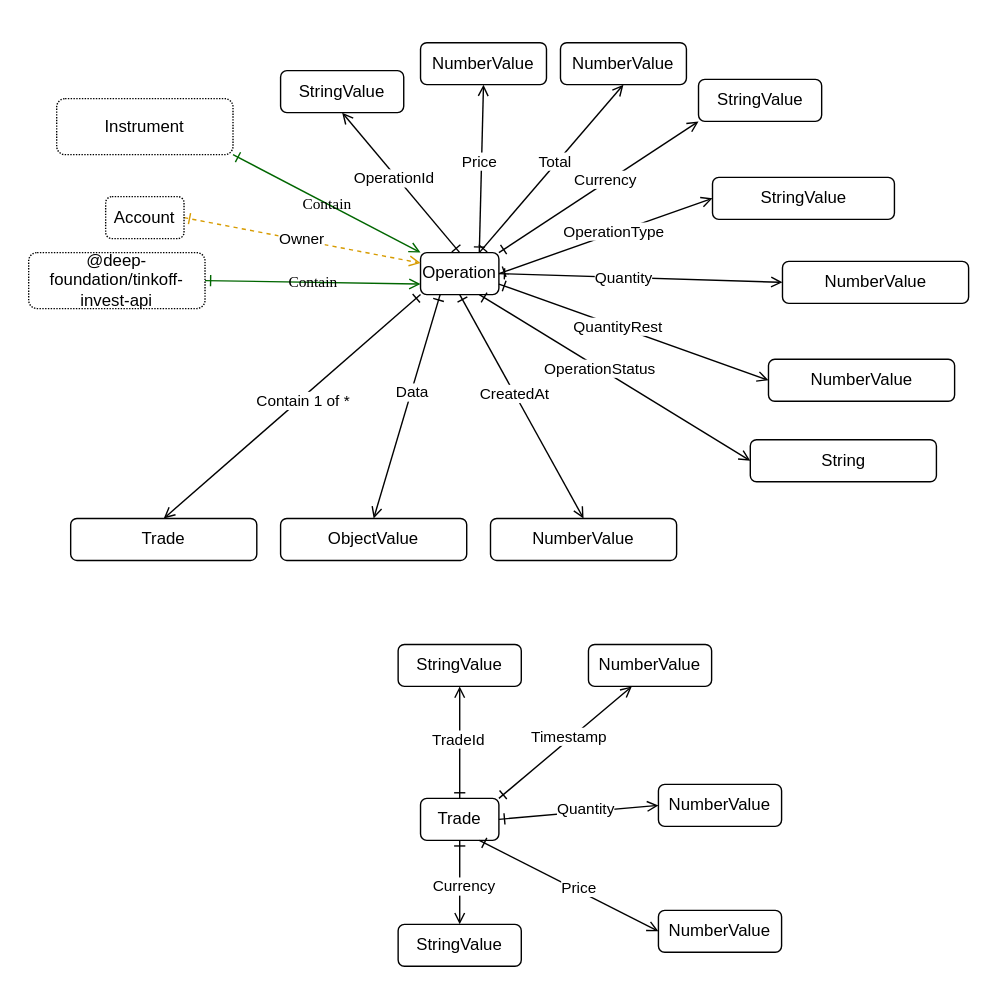
The draw.io diagram src/trade/Trade.drawio.svg in suenot/deep-tinkoff-invest-api, before a commit. Source tidied: cells renumbered, new cells last; positions are measured from the earlier drawing's top-left corner, leaving out a move shared by most shapes.
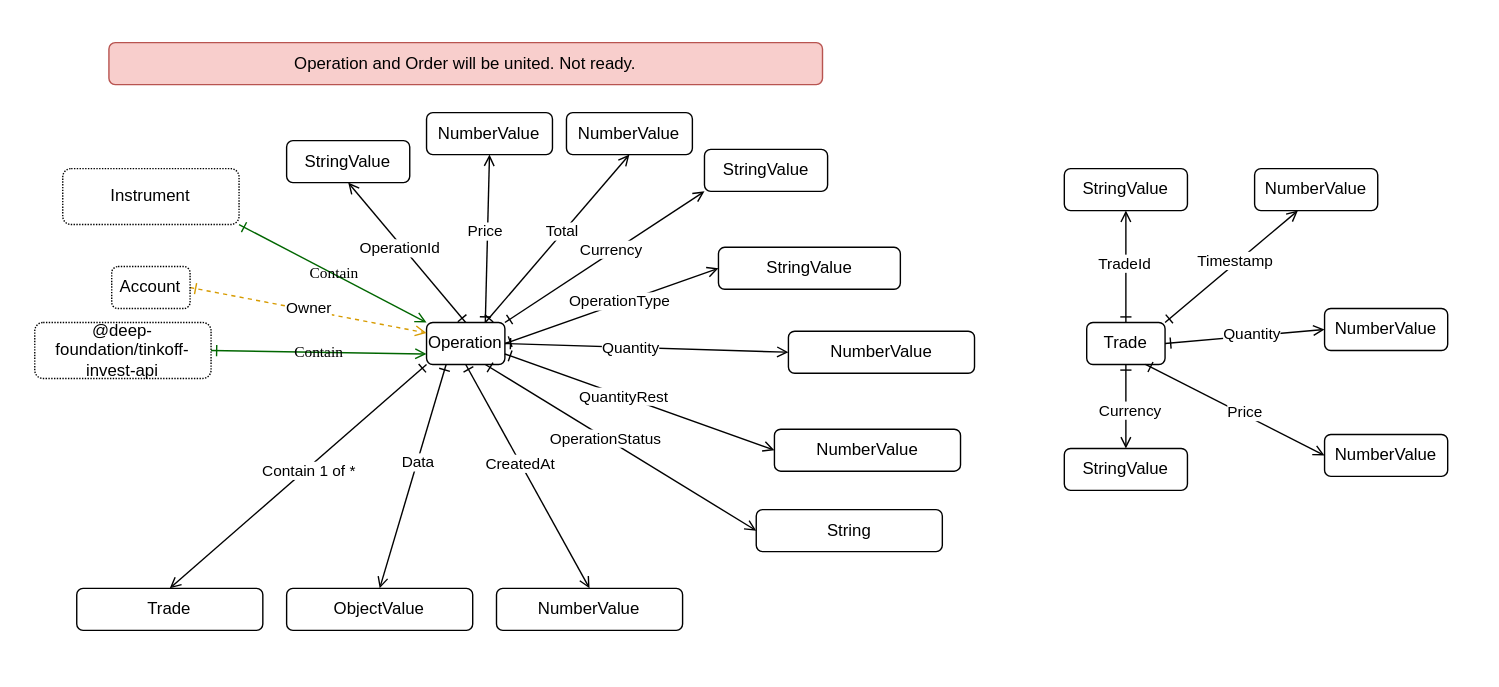
The same diagram one commit later.

Diff of the diagram source:
```diff
@@ -4,9 +4,12 @@
     <mxCell id="1" parent="0" />
-    <mxCell id="2" style="rounded=0;whiteSpace=wrap;html=1;strokeColor=none;" parent="1" vertex="1">
-      <mxGeometry width="710" height="710" as="geometry" />
-    </mxCell>
-    <mxCell id="3" style="edgeStyle=none;html=1;exitX=1;exitY=0.5;exitDx=0;exitDy=0;entryX=0;entryY=0.5;entryDx=0;entryDy=0;startArrow=ERone;startFill=0;endArrow=open;endFill=0;" parent="1" edge="1" source="5" target="6">
-      <mxGeometry relative="1" as="geometry" />
-    </mxCell>
+    <mxCell id="60" style="rounded=0;whiteSpace=wrap;html=1;strokeColor=none;" parent="1" vertex="1">
+      <mxGeometry x="-4.2" y="-50" width="1070" height="490" as="geometry" />
+    </mxCell>
+    <mxCell id="59" value="Operation and Order will be united. Not ready." style="rounded=1;whiteSpace=wrap;html=1;labelBackgroundColor=none;fillColor=#f8cecc;strokeColor=#b85450;" parent="1" vertex="1">
+      <mxGeometry x="73" y="-20" width="510" height="30" as="geometry" />
+    </mxCell>
+    <mxCell id="61" style="edgeStyle=none;html=1;exitX=1;exitY=0.5;exitDx=0;exitDy=0;entryX=0;entryY=0.5;entryDx=0;entryDy=0;startArrow=ERone;startFill=0;endArrow=open;endFill=0;" parent="1" edge="1" source="5" target="62">
+      <mxGeometry relative="1" as="geometry" />
+    </mxCell>
-    <mxCell id="4" value="OperationType" style="edgeLabel;html=1;align=center;verticalAlign=middle;" parent="3" vertex="1">
+    <mxCell id="4" value="OperationType" style="edgeLabel;html=1;align=center;verticalAlign=middle;" parent="61" vertex="1">
       <mxGeometry x="0.08" y="2" relative="1" as="geometry" />
@@ -16,26 +19,26 @@
     </mxCell>
-    <mxCell id="6" value="StringValue" style="rounded=1;whiteSpace=wrap;html=1;labelBackgroundColor=none;" parent="1" vertex="1">
-      <mxGeometry x="508.6" y="126.2" width="130" height="30" as="geometry" />
-    </mxCell>
-    <mxCell id="7" style="edgeStyle=none;html=1;exitX=1;exitY=0.5;exitDx=0;exitDy=0;startArrow=ERone;startFill=0;entryX=0;entryY=0.5;entryDx=0;entryDy=0;endArrow=open;endFill=0;" parent="1" edge="1" source="5" target="9">
-      <mxGeometry relative="1" as="geometry" />
-    </mxCell>
-    <mxCell id="8" value="Quantity" style="edgeLabel;html=1;align=center;verticalAlign=middle;" parent="7" vertex="1">
-      <mxGeometry x="-0.12" relative="1" as="geometry" />
-    </mxCell>
-    <mxCell id="9" value="NumberValue" style="rounded=1;whiteSpace=wrap;html=1;labelBackgroundColor=none;" parent="1" vertex="1">
-      <mxGeometry x="558.6" y="186.2" width="133" height="30" as="geometry" />
-    </mxCell>
-    <mxCell id="10" value="NumberValue" style="rounded=1;whiteSpace=wrap;html=1;labelBackgroundColor=none;" parent="1" vertex="1">
-      <mxGeometry x="548.6" y="256.2" width="133" height="30" as="geometry" />
-    </mxCell>
-    <mxCell id="11" style="edgeStyle=none;html=1;exitX=0.75;exitY=0;exitDx=0;exitDy=0;startArrow=ERone;startFill=0;endArrow=open;endFill=0;entryX=0.5;entryY=1;entryDx=0;entryDy=0;" parent="1" edge="1" source="5" target="13">
-      <mxGeometry relative="1" as="geometry" />
-    </mxCell>
-    <mxCell id="12" value="Price" style="edgeLabel;html=1;align=center;verticalAlign=middle;" parent="11" vertex="1">
-      <mxGeometry x="0.08" y="2" relative="1" as="geometry" />
-    </mxCell>
-    <mxCell id="13" value="NumberValue" style="rounded=1;whiteSpace=wrap;html=1;labelBackgroundColor=none;" parent="1" vertex="1">
-      <mxGeometry x="300" y="30" width="90" height="30" as="geometry" />
-    </mxCell>
+    <mxCell id="62" value="StringValue" style="rounded=1;whiteSpace=wrap;html=1;labelBackgroundColor=none;" parent="1" vertex="1">
+      <mxGeometry x="508.6" y="126.2" width="130" height="30" as="geometry" />
+    </mxCell>
+    <mxCell id="63" style="edgeStyle=none;html=1;exitX=1;exitY=0.5;exitDx=0;exitDy=0;startArrow=ERone;startFill=0;entryX=0;entryY=0.5;entryDx=0;entryDy=0;endArrow=open;endFill=0;" parent="1" edge="1" source="5" target="65">
+      <mxGeometry relative="1" as="geometry" />
+    </mxCell>
+    <mxCell id="64" value="Quantity" style="edgeLabel;html=1;align=center;verticalAlign=middle;" parent="63" vertex="1">
+      <mxGeometry x="-0.12" relative="1" as="geometry" />
+    </mxCell>
+    <mxCell id="65" value="NumberValue" style="rounded=1;whiteSpace=wrap;html=1;labelBackgroundColor=none;" parent="1" vertex="1">
+      <mxGeometry x="558.6" y="186.2" width="133" height="30" as="geometry" />
+    </mxCell>
+    <mxCell id="66" value="NumberValue" style="rounded=1;whiteSpace=wrap;html=1;labelBackgroundColor=none;" parent="1" vertex="1">
+      <mxGeometry x="548.6" y="256.2" width="133" height="30" as="geometry" />
+    </mxCell>
+    <mxCell id="67" style="edgeStyle=none;html=1;exitX=0.75;exitY=0;exitDx=0;exitDy=0;startArrow=ERone;startFill=0;endArrow=open;endFill=0;entryX=0.5;entryY=1;entryDx=0;entryDy=0;" parent="1" edge="1" source="5" target="69">
+      <mxGeometry relative="1" as="geometry" />
+    </mxCell>
+    <mxCell id="68" value="Price" style="edgeLabel;html=1;align=center;verticalAlign=middle;" parent="67" vertex="1">
+      <mxGeometry x="0.08" y="2" relative="1" as="geometry" />
+    </mxCell>
+    <mxCell id="69" value="NumberValue" style="rounded=1;whiteSpace=wrap;html=1;labelBackgroundColor=none;" parent="1" vertex="1">
+      <mxGeometry x="300" y="30" width="90" height="30" as="geometry" />
+    </mxCell>
     <mxCell id="14" style="edgeStyle=none;html=1;exitX=1;exitY=0.5;exitDx=0;exitDy=0;startArrow=ERone;startFill=0;entryX=0;entryY=0.25;entryDx=0;entryDy=0;endArrow=open;endFill=0;dashed=1;strokeColor=#D79B00;" parent="1" edge="1" source="16" target="5">
@@ -55,5 +58,5 @@
     </mxCell>
-    <mxCell id="19" value="NumberValue" style="rounded=1;whiteSpace=wrap;html=1;labelBackgroundColor=none;" parent="1" vertex="1">
-      <mxGeometry x="350" y="370" width="133" height="30" as="geometry" />
-    </mxCell>
+    <mxCell id="70" value="NumberValue" style="rounded=1;whiteSpace=wrap;html=1;labelBackgroundColor=none;" parent="1" vertex="1">
+      <mxGeometry x="350" y="370" width="133" height="30" as="geometry" />
+    </mxCell>
     <mxCell id="20" value="Instrument" style="rounded=1;whiteSpace=wrap;html=1;labelBackgroundColor=none;dashed=1;dashPattern=1 1;" parent="1" vertex="1">
@@ -64,81 +67,81 @@
     </mxCell>
-    <mxCell id="22" style="edgeStyle=none;html=1;exitX=0.5;exitY=0;exitDx=0;exitDy=0;entryX=0.5;entryY=1;entryDx=0;entryDy=0;startArrow=ERone;startFill=0;endArrow=open;endFill=0;" parent="1" edge="1" source="5" target="24">
-      <mxGeometry relative="1" as="geometry" />
-    </mxCell>
+    <mxCell id="71" style="edgeStyle=none;html=1;exitX=0.5;exitY=0;exitDx=0;exitDy=0;entryX=0.5;entryY=1;entryDx=0;entryDy=0;startArrow=ERone;startFill=0;endArrow=open;endFill=0;" parent="1" edge="1" source="5" target="72">
+      <mxGeometry relative="1" as="geometry" />
+    </mxCell>
-    <mxCell id="23" value="OperationId" style="edgeLabel;html=1;align=center;verticalAlign=middle;" parent="22" vertex="1">
+    <mxCell id="23" value="OperationId" style="edgeLabel;html=1;align=center;verticalAlign=middle;" parent="71" vertex="1">
       <mxGeometry x="0.08" y="2" relative="1" as="geometry" />
     </mxCell>
-    <mxCell id="24" value="StringValue" style="rounded=1;whiteSpace=wrap;html=1;labelBackgroundColor=none;" parent="1" vertex="1">
-      <mxGeometry x="200" y="50" width="88" height="30" as="geometry" />
-    </mxCell>
-    <mxCell id="25" value="Trade" style="rounded=1;whiteSpace=wrap;html=1;labelBackgroundColor=none;" parent="1" vertex="1">
-      <mxGeometry x="300" y="570" width="56" height="30" as="geometry" />
-    </mxCell>
-    <mxCell id="26" style="edgeStyle=none;html=1;exitX=0.5;exitY=0;exitDx=0;exitDy=0;entryX=0.5;entryY=1;entryDx=0;entryDy=0;startArrow=ERone;startFill=0;endArrow=open;endFill=0;" parent="1" edge="1" source="25" target="28">
-      <mxGeometry relative="1" as="geometry" />
-    </mxCell>
+    <mxCell id="72" value="StringValue" style="rounded=1;whiteSpace=wrap;html=1;labelBackgroundColor=none;" parent="1" vertex="1">
+      <mxGeometry x="200" y="50" width="88" height="30" as="geometry" />
+    </mxCell>
+    <mxCell id="73" value="Trade" style="rounded=1;whiteSpace=wrap;html=1;labelBackgroundColor=none;" parent="1" vertex="1">
+      <mxGeometry x="771.8" y="180" width="56" height="30" as="geometry" />
+    </mxCell>
+    <mxCell id="74" style="edgeStyle=none;html=1;exitX=0.5;exitY=0;exitDx=0;exitDy=0;entryX=0.5;entryY=1;entryDx=0;entryDy=0;startArrow=ERone;startFill=0;endArrow=open;endFill=0;" parent="1" edge="1" source="73" target="75">
+      <mxGeometry relative="1" as="geometry" />
+    </mxCell>
-    <mxCell id="27" value="TradeId" style="edgeLabel;html=1;align=center;verticalAlign=middle;" parent="26" vertex="1">
+    <mxCell id="27" value="TradeId" style="edgeLabel;html=1;align=center;verticalAlign=middle;" parent="74" vertex="1">
       <mxGeometry x="0.08" y="2" relative="1" as="geometry" />
     </mxCell>
-    <mxCell id="28" value="StringValue" style="rounded=1;whiteSpace=wrap;html=1;labelBackgroundColor=none;" parent="1" vertex="1">
-      <mxGeometry x="284" y="460" width="88" height="30" as="geometry" />
-    </mxCell>
-    <mxCell id="29" value="NumberValue" style="rounded=1;whiteSpace=wrap;html=1;labelBackgroundColor=none;" parent="1" vertex="1">
-      <mxGeometry x="420" y="460" width="88" height="30" as="geometry" />
-    </mxCell>
-    <mxCell id="30" style="edgeStyle=none;html=1;exitX=1;exitY=0;exitDx=0;exitDy=0;entryX=0.352;entryY=1;entryDx=0;entryDy=0;startArrow=ERone;startFill=0;endArrow=open;endFill=0;entryPerimeter=0;" parent="1" edge="1" source="25" target="29">
-      <mxGeometry relative="1" as="geometry" />
-    </mxCell>
+    <mxCell id="75" value="StringValue" style="rounded=1;whiteSpace=wrap;html=1;labelBackgroundColor=none;" parent="1" vertex="1">
+      <mxGeometry x="755.8" y="70" width="88" height="30" as="geometry" />
+    </mxCell>
+    <mxCell id="76" value="NumberValue" style="rounded=1;whiteSpace=wrap;html=1;labelBackgroundColor=none;" parent="1" vertex="1">
+      <mxGeometry x="891.8" y="70" width="88" height="30" as="geometry" />
+    </mxCell>
+    <mxCell id="77" style="edgeStyle=none;html=1;exitX=1;exitY=0;exitDx=0;exitDy=0;entryX=0.352;entryY=1;entryDx=0;entryDy=0;startArrow=ERone;startFill=0;endArrow=open;endFill=0;entryPerimeter=0;" parent="1" edge="1" source="73" target="76">
+      <mxGeometry relative="1" as="geometry" />
+    </mxCell>
-    <mxCell id="31" value="Timestamp" style="edgeLabel;html=1;align=center;verticalAlign=middle;" parent="30" vertex="1">
+    <mxCell id="31" value="Timestamp" style="edgeLabel;html=1;align=center;verticalAlign=middle;" parent="77" vertex="1">
       <mxGeometry x="0.08" y="2" relative="1" as="geometry" />
     </mxCell>
-    <mxCell id="32" value="NumberValue" style="rounded=1;whiteSpace=wrap;html=1;labelBackgroundColor=none;" parent="1" vertex="1">
-      <mxGeometry x="470" y="560" width="88" height="30" as="geometry" />
-    </mxCell>
-    <mxCell id="33" style="edgeStyle=none;html=1;exitX=1;exitY=0.5;exitDx=0;exitDy=0;entryX=0;entryY=0.5;entryDx=0;entryDy=0;startArrow=ERone;startFill=0;endArrow=open;endFill=0;" parent="1" edge="1" source="25" target="32">
-      <mxGeometry relative="1" as="geometry" />
-    </mxCell>
-    <mxCell id="34" value="Quantity" style="edgeLabel;html=1;align=center;verticalAlign=middle;" parent="33" vertex="1">
-      <mxGeometry x="0.08" y="2" relative="1" as="geometry" />
-    </mxCell>
-    <mxCell id="35" value="NumberValue" style="rounded=1;whiteSpace=wrap;html=1;labelBackgroundColor=none;" parent="1" vertex="1">
-      <mxGeometry x="470" y="650" width="88" height="30" as="geometry" />
-    </mxCell>
-    <mxCell id="36" style="edgeStyle=none;html=1;exitX=0.75;exitY=1;exitDx=0;exitDy=0;entryX=0;entryY=0.5;entryDx=0;entryDy=0;startArrow=ERone;startFill=0;endArrow=open;endFill=0;" parent="1" edge="1" source="25" target="35">
-      <mxGeometry relative="1" as="geometry" />
-    </mxCell>
-    <mxCell id="37" value="Price" style="edgeLabel;html=1;align=center;verticalAlign=middle;" parent="36" vertex="1">
-      <mxGeometry x="0.08" y="2" relative="1" as="geometry" />
-    </mxCell>
-    <mxCell id="38" value="StringValue" style="rounded=1;whiteSpace=wrap;html=1;labelBackgroundColor=none;" parent="1" vertex="1">
-      <mxGeometry x="284" y="660" width="88" height="30" as="geometry" />
-    </mxCell>
-    <mxCell id="39" style="edgeStyle=none;html=1;exitX=0.5;exitY=1;exitDx=0;exitDy=0;entryX=0.5;entryY=0;entryDx=0;entryDy=0;startArrow=ERone;startFill=0;endArrow=open;endFill=0;" parent="1" edge="1" source="25" target="38">
-      <mxGeometry relative="1" as="geometry" />
-    </mxCell>
-    <mxCell id="40" value="Currency" style="edgeLabel;html=1;align=center;verticalAlign=middle;" parent="39" vertex="1">
-      <mxGeometry x="0.08" y="2" relative="1" as="geometry" />
-    </mxCell>
-    <mxCell id="41" value="StringValue" style="rounded=1;whiteSpace=wrap;html=1;labelBackgroundColor=none;" parent="1" vertex="1">
-      <mxGeometry x="498.6" y="56.2" width="88" height="30" as="geometry" />
-    </mxCell>
-    <mxCell id="42" style="edgeStyle=none;html=1;exitX=1;exitY=0;exitDx=0;exitDy=0;entryX=0;entryY=1;entryDx=0;entryDy=0;startArrow=ERone;startFill=0;endArrow=open;endFill=0;" parent="1" edge="1" source="5" target="41">
-      <mxGeometry relative="1" as="geometry" />
-    </mxCell>
-    <mxCell id="43" value="Currency" style="edgeLabel;html=1;align=center;verticalAlign=middle;" parent="42" vertex="1">
-      <mxGeometry x="0.08" y="2" relative="1" as="geometry" />
-    </mxCell>
-    <mxCell id="44" value="Trade" style="rounded=1;whiteSpace=wrap;html=1;labelBackgroundColor=none;" parent="1" vertex="1">
-      <mxGeometry x="50" y="370" width="133" height="30" as="geometry" />
-    </mxCell>
-    <mxCell id="45" style="edgeStyle=none;html=1;exitX=0;exitY=1;exitDx=0;exitDy=0;startArrow=ERone;startFill=0;entryX=0.5;entryY=0;entryDx=0;entryDy=0;endArrow=open;endFill=0;" parent="1" edge="1" source="5" target="44">
-      <mxGeometry relative="1" as="geometry" />
-    </mxCell>
+    <mxCell id="78" value="NumberValue" style="rounded=1;whiteSpace=wrap;html=1;labelBackgroundColor=none;" parent="1" vertex="1">
+      <mxGeometry x="941.8" y="170" width="88" height="30" as="geometry" />
+    </mxCell>
+    <mxCell id="79" style="edgeStyle=none;html=1;exitX=1;exitY=0.5;exitDx=0;exitDy=0;entryX=0;entryY=0.5;entryDx=0;entryDy=0;startArrow=ERone;startFill=0;endArrow=open;endFill=0;" parent="1" edge="1" source="73" target="78">
+      <mxGeometry relative="1" as="geometry" />
+    </mxCell>
+    <mxCell id="80" value="Quantity" style="edgeLabel;html=1;align=center;verticalAlign=middle;" parent="79" vertex="1">
+      <mxGeometry x="0.08" y="2" relative="1" as="geometry" />
+    </mxCell>
+    <mxCell id="81" value="NumberValue" style="rounded=1;whiteSpace=wrap;html=1;labelBackgroundColor=none;" parent="1" vertex="1">
+      <mxGeometry x="941.8" y="260" width="88" height="30" as="geometry" />
+    </mxCell>
+    <mxCell id="82" style="edgeStyle=none;html=1;exitX=0.75;exitY=1;exitDx=0;exitDy=0;entryX=0;entryY=0.5;entryDx=0;entryDy=0;startArrow=ERone;startFill=0;endArrow=open;endFill=0;" parent="1" edge="1" source="73" target="81">
+      <mxGeometry relative="1" as="geometry" />
+    </mxCell>
+    <mxCell id="83" value="Price" style="edgeLabel;html=1;align=center;verticalAlign=middle;" parent="82" vertex="1">
+      <mxGeometry x="0.08" y="2" relative="1" as="geometry" />
+    </mxCell>
+    <mxCell id="84" value="StringValue" style="rounded=1;whiteSpace=wrap;html=1;labelBackgroundColor=none;" parent="1" vertex="1">
+      <mxGeometry x="755.8" y="270" width="88" height="30" as="geometry" />
+    </mxCell>
+    <mxCell id="85" style="edgeStyle=none;html=1;exitX=0.5;exitY=1;exitDx=0;exitDy=0;entryX=0.5;entryY=0;entryDx=0;entryDy=0;startArrow=ERone;startFill=0;endArrow=open;endFill=0;" parent="1" edge="1" source="73" target="84">
+      <mxGeometry relative="1" as="geometry" />
+    </mxCell>
+    <mxCell id="86" value="Currency" style="edgeLabel;html=1;align=center;verticalAlign=middle;" parent="85" vertex="1">
+      <mxGeometry x="0.08" y="2" relative="1" as="geometry" />
+    </mxCell>
+    <mxCell id="87" value="StringValue" style="rounded=1;whiteSpace=wrap;html=1;labelBackgroundColor=none;" parent="1" vertex="1">
+      <mxGeometry x="498.6" y="56.2" width="88" height="30" as="geometry" />
+    </mxCell>
+    <mxCell id="88" style="edgeStyle=none;html=1;exitX=1;exitY=0;exitDx=0;exitDy=0;entryX=0;entryY=1;entryDx=0;entryDy=0;startArrow=ERone;startFill=0;endArrow=open;endFill=0;" parent="1" edge="1" source="5" target="87">
+      <mxGeometry relative="1" as="geometry" />
+    </mxCell>
+    <mxCell id="89" value="Currency" style="edgeLabel;html=1;align=center;verticalAlign=middle;" parent="88" vertex="1">
+      <mxGeometry x="0.08" y="2" relative="1" as="geometry" />
+    </mxCell>
+    <mxCell id="90" value="Trade" style="rounded=1;whiteSpace=wrap;html=1;labelBackgroundColor=none;" parent="1" vertex="1">
+      <mxGeometry x="50" y="370" width="133" height="30" as="geometry" />
+    </mxCell>
+    <mxCell id="91" style="edgeStyle=none;html=1;exitX=0;exitY=1;exitDx=0;exitDy=0;startArrow=ERone;startFill=0;entryX=0.5;entryY=0;entryDx=0;entryDy=0;endArrow=open;endFill=0;" parent="1" edge="1" source="5" target="90">
+      <mxGeometry relative="1" as="geometry" />
+    </mxCell>
-    <mxCell id="46" value="Contain 1 of *" style="edgeLabel;html=1;align=center;verticalAlign=middle;" parent="45" vertex="1">
+    <mxCell id="46" value="Contain 1 of *" style="edgeLabel;html=1;align=center;verticalAlign=middle;" parent="91" vertex="1">
       <mxGeometry x="-0.07" y="1" relative="1" as="geometry" />
     </mxCell>
-    <mxCell id="47" style="edgeStyle=none;html=1;exitX=1;exitY=0.75;exitDx=0;exitDy=0;startArrow=ERone;startFill=0;entryX=0;entryY=0.5;entryDx=0;entryDy=0;endArrow=open;endFill=0;" parent="1" edge="1" source="5" target="10">
-      <mxGeometry relative="1" as="geometry" />
-    </mxCell>
+    <mxCell id="92" style="edgeStyle=none;html=1;exitX=1;exitY=0.75;exitDx=0;exitDy=0;startArrow=ERone;startFill=0;entryX=0;entryY=0.5;entryDx=0;entryDy=0;endArrow=open;endFill=0;" parent="1" edge="1" source="5" target="66">
+      <mxGeometry relative="1" as="geometry" />
+    </mxCell>
-    <mxCell id="48" value="QuantityRest" style="edgeLabel;html=1;align=center;verticalAlign=middle;" parent="47" vertex="1">
+    <mxCell id="48" value="QuantityRest" style="edgeLabel;html=1;align=center;verticalAlign=middle;" parent="92" vertex="1">
       <mxGeometry x="-0.12" relative="1" as="geometry" />
@@ -154,15 +157,15 @@
     </mxCell>
-    <mxCell id="52" value="NumberValue" style="rounded=1;whiteSpace=wrap;html=1;labelBackgroundColor=none;" parent="1" vertex="1">
-      <mxGeometry x="400" y="30" width="90" height="30" as="geometry" />
-    </mxCell>
-    <mxCell id="53" style="edgeStyle=none;html=1;exitX=0.75;exitY=0;exitDx=0;exitDy=0;startArrow=ERone;startFill=0;endArrow=open;endFill=0;entryX=0.5;entryY=1;entryDx=0;entryDy=0;" parent="1" edge="1" source="5" target="52">
-      <mxGeometry relative="1" as="geometry" />
-    </mxCell>
+    <mxCell id="93" value="NumberValue" style="rounded=1;whiteSpace=wrap;html=1;labelBackgroundColor=none;" parent="1" vertex="1">
+      <mxGeometry x="400" y="30" width="90" height="30" as="geometry" />
+    </mxCell>
+    <mxCell id="94" style="edgeStyle=none;html=1;exitX=0.75;exitY=0;exitDx=0;exitDy=0;startArrow=ERone;startFill=0;endArrow=open;endFill=0;entryX=0.5;entryY=1;entryDx=0;entryDy=0;" parent="1" edge="1" source="5" target="93">
+      <mxGeometry relative="1" as="geometry" />
+    </mxCell>
-    <mxCell id="54" value="Total" style="edgeLabel;html=1;align=center;verticalAlign=middle;" parent="53" vertex="1">
+    <mxCell id="54" value="Total" style="edgeLabel;html=1;align=center;verticalAlign=middle;" parent="94" vertex="1">
       <mxGeometry x="0.08" y="2" relative="1" as="geometry" />
     </mxCell>
-    <mxCell id="55" style="edgeStyle=none;html=1;exitX=0.5;exitY=1;exitDx=0;exitDy=0;startArrow=ERone;startFill=0;entryX=0.5;entryY=0;entryDx=0;entryDy=0;endArrow=open;endFill=0;" parent="1" edge="1" source="5" target="19">
-      <mxGeometry relative="1" as="geometry" />
-    </mxCell>
+    <mxCell id="95" style="edgeStyle=none;html=1;exitX=0.5;exitY=1;exitDx=0;exitDy=0;startArrow=ERone;startFill=0;entryX=0.5;entryY=0;entryDx=0;entryDy=0;endArrow=open;endFill=0;" parent="1" edge="1" source="5" target="70">
+      <mxGeometry relative="1" as="geometry" />
+    </mxCell>
-    <mxCell id="56" value="CreatedAt" style="edgeLabel;html=1;align=center;verticalAlign=middle;" parent="55" vertex="1">
+    <mxCell id="56" value="CreatedAt" style="edgeLabel;html=1;align=center;verticalAlign=middle;" parent="95" vertex="1">
       <mxGeometry x="-0.12" relative="1" as="geometry" />
@@ -175,5 +178,5 @@
     </mxCell>
-    <mxCell id="59" value="Data" style="edgeLabel;html=1;align=center;verticalAlign=middle;" parent="58" vertex="1">
-      <mxGeometry x="-0.12" relative="1" as="geometry" />
-    </mxCell>
+    <mxCell id="96" value="Data" style="edgeLabel;html=1;align=center;verticalAlign=middle;" parent="58" vertex="1">
+      <mxGeometry x="-0.12" relative="1" as="geometry" />
+    </mxCell>
   </root>
```
